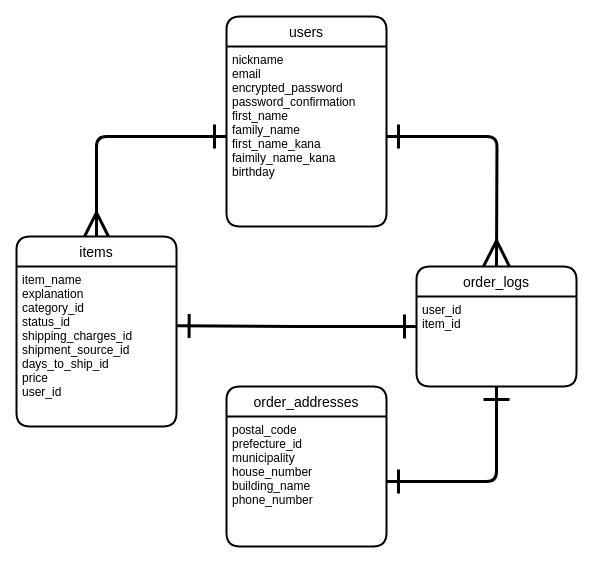
The draw.io diagram test.dio in Chang-Mori/furima-30980, before the edit. Source tidied: cells renumbered, new cells numbered last; positions are measured from the earlier drawing's top-left corner, leaving out a move shared by most shapes. Both pictures are drawn from the tidied source at 100%, with x=0, y=0 at pixel (16, 16).
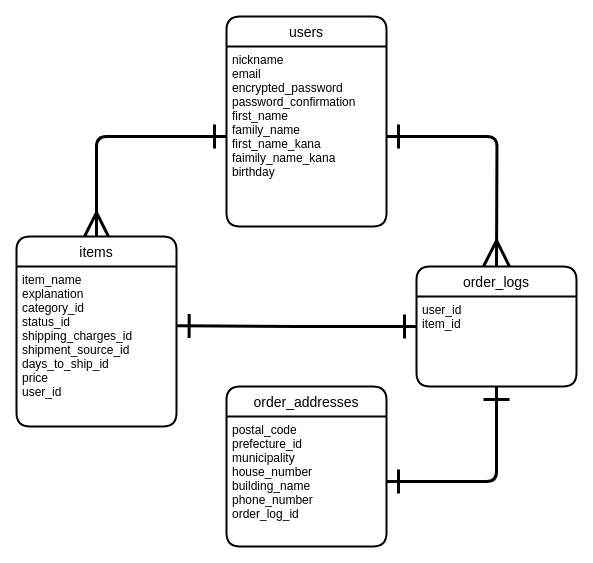
The same diagram, later.

Commit message (it also covers changes not shown here):
README４回目の修正

Diff of the diagram source:
```diff
@@
 <mxGraphModel>
   <root>
     <mxCell id="0" />
     <mxCell id="1" parent="0" />
     <mxCell id="2" value="items" style="swimlane;horizontal=1;startSize=30;rounded=1;fontSize=14;fontStyle=0;strokeWidth=2;shadow=0;dashed=0;align=center;" parent="1" vertex="1">
       <mxGeometry y="220" width="160" height="190" as="geometry" />
     </mxCell>
     <mxCell id="3" value="item_name&#10;explanation&#10;category_id&#10;status_id&#10;shipping_charges_id&#10;shipment_source_id&#10;days_to_ship_id&#10;price&#10;user_id" style="align=left;strokeColor=none;fillColor=none;spacingLeft=4;fontSize=12;verticalAlign=top;" parent="2" vertex="1">
       <mxGeometry y="30" width="160" height="160" as="geometry" />
     </mxCell>
     <mxCell id="4" style="edgeStyle=orthogonalEdgeStyle;rounded=1;jettySize=auto;html=1;entryX=0.5;entryY=0;entryDx=0;entryDy=0;startArrow=ERone;startFill=0;startSize=20;endArrow=ERmany;endFill=0;endSize=20;strokeWidth=3;" parent="1" edge="1" source="12" target="2">
       <mxGeometry relative="1" as="geometry" />
     </mxCell>
     <mxCell id="5" value="order_addresses" style="swimlane;horizontal=1;startSize=30;rounded=1;fontSize=14;fontStyle=0;strokeWidth=2;shadow=0;dashed=0;align=center;" parent="1" vertex="1">
       <mxGeometry x="210" y="370" width="160" height="160" as="geometry" />
     </mxCell>
-    <mxCell id="6" value="postal_code&#10;prefecture_id&#10;municipality&#10;house_number&#10;building_name&#10;phone_number" style="align=left;strokeColor=none;fillColor=none;spacingLeft=4;fontSize=12;verticalAlign=top;" parent="5" vertex="1">
+    <mxCell id="6" value="postal_code&#10;prefecture_id&#10;municipality&#10;house_number&#10;building_name&#10;phone_number&#10;order_log_id" style="align=left;strokeColor=none;fillColor=none;spacingLeft=4;fontSize=12;verticalAlign=top;" parent="5" vertex="1">
       <mxGeometry y="30" width="160" height="130" as="geometry" />
     </mxCell>
     <mxCell id="7" style="edgeStyle=orthogonalEdgeStyle;rounded=0;jettySize=auto;html=1;exitX=0;exitY=0.5;exitDx=0;exitDy=0;entryX=1.004;entryY=0.371;entryDx=0;entryDy=0;entryPerimeter=0;endArrow=ERone;endFill=0;startArrow=ERone;startFill=0;strokeWidth=3;targetPerimeterSpacing=1;sourcePerimeterSpacing=2;startSize=20;endSize=20;" parent="1" edge="1" source="8" target="3">
       <mxGeometry relative="1" as="geometry" />
     </mxCell>
     <mxCell id="8" value="order_logs" style="swimlane;horizontal=1;startSize=30;rounded=1;fontSize=14;fontStyle=0;strokeWidth=2;shadow=0;dashed=0;align=center;" parent="1" vertex="1">
       <mxGeometry x="400" y="250" width="160" height="120" as="geometry" />
     </mxCell>
     <mxCell id="9" value="user_id&#10;item_id&#10;" style="align=left;strokeColor=none;fillColor=none;spacingLeft=4;fontSize=12;verticalAlign=top;" parent="8" vertex="1">
       <mxGeometry y="30" width="160" height="90" as="geometry" />
     </mxCell>
     <mxCell id="10" style="edgeStyle=orthogonalEdgeStyle;jettySize=auto;html=1;entryX=0.5;entryY=0;entryDx=0;entryDy=0;endArrow=ERmany;endFill=0;rounded=1;startArrow=ERone;startFill=0;endSize=22;startSize=20;exitX=1;exitY=0.5;exitDx=0;exitDy=0;strokeWidth=3;" parent="8" edge="1" source="12">
       <mxGeometry relative="1" as="geometry">
         <mxPoint x="80" as="targetPoint" />
       </mxGeometry>
     </mxCell>
     <mxCell id="11" value="users" style="swimlane;horizontal=1;startSize=30;rounded=1;fontSize=14;fontStyle=0;strokeWidth=2;shadow=0;dashed=0;align=center;" parent="1" vertex="1">
       <mxGeometry x="210" width="160" height="210" as="geometry" />
     </mxCell>
     <mxCell id="12" value="nickname&#10;email&#10;encrypted_password&#10;password_confirmation&#10;first_name&#10;family_name&#10;first_name_kana&#10;faimily_name_kana&#10;birthday&#10;" style="align=left;strokeColor=none;fillColor=none;spacingLeft=4;fontSize=12;verticalAlign=top;" parent="11" vertex="1">
       <mxGeometry y="30" width="160" height="180" as="geometry" />
     </mxCell>
     <mxCell id="13" style="edgeStyle=orthogonalEdgeStyle;jettySize=auto;html=1;endArrow=ERone;endFill=0;rounded=1;startArrow=ERone;startFill=0;endSize=22;startSize=20;strokeWidth=3;entryX=0.5;entryY=1;entryDx=0;entryDy=0;" parent="1" edge="1" source="6" target="9">
       <mxGeometry relative="1" as="geometry" />
     </mxCell>
   </root>
 </mxGraphModel>
```
